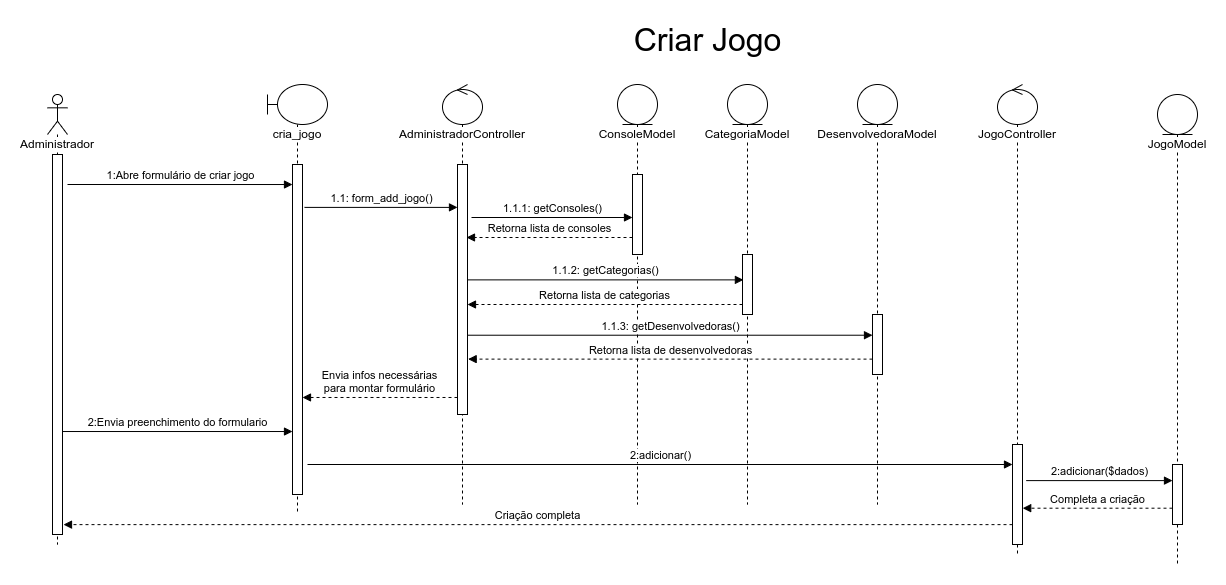
This is docs/Diagramas/Diagrama-Sequência/Sequencia-Jogo Criar.drawio.png from joaopaulo7/GCC188-Projeto-Final, a draw.io export, as it was before one commit. Source tidied: cells renumbered, new cells last; positions are measured from the earlier drawing's top-left corner, leaving out a move shared by most shapes. The source it was exported from:
```xml
<mxGraphModel>
  <root>
    <mxCell id="0" />
    <mxCell id="1" parent="0" />
    <mxCell id="2" value="&lt;span style=&quot;background-color: rgb(255 , 255 , 255)&quot;&gt;Administrador&lt;/span&gt;" style="shape=umlLifeline;participant=umlActor;perimeter=lifelinePerimeter;whiteSpace=wrap;html=1;verticalAlign=top;spacingTop=36;" parent="1" vertex="1">
      <mxGeometry y="70" width="20" height="450" as="geometry" />
    </mxCell>
    <mxCell id="3" style="html=1;points=[];perimeter=orthogonalPerimeter;fillColor=default;" parent="2" vertex="1">
      <mxGeometry x="5" y="60" width="10" height="380" as="geometry" />
    </mxCell>
    <mxCell id="4" value="&lt;span style=&quot;background-color: rgb(255 , 255 , 255)&quot;&gt;cria_jogo&lt;/span&gt;" style="shape=umlLifeline;participant=umlBoundary;perimeter=lifelinePerimeter;whiteSpace=wrap;html=1;verticalAlign=top;spacingTop=36;" parent="1" vertex="1">
      <mxGeometry x="220" y="60" width="60" height="430" as="geometry" />
    </mxCell>
    <mxCell id="5" style="html=1;points=[];perimeter=orthogonalPerimeter;fillColor=default;" parent="4" vertex="1">
      <mxGeometry x="25" y="80" width="10" height="330" as="geometry" />
    </mxCell>
    <mxCell id="6" value="&lt;span style=&quot;background-color: rgb(255 , 255 , 255)&quot;&gt;AdministradorController&lt;/span&gt;" style="shape=umlLifeline;participant=umlControl;perimeter=lifelinePerimeter;whiteSpace=wrap;html=1;verticalAlign=top;spacingTop=36;fillColor=default;" parent="1" vertex="1">
      <mxGeometry x="395" y="60" width="40" height="420" as="geometry" />
    </mxCell>
    <mxCell id="7" style="html=1;points=[];perimeter=orthogonalPerimeter;labelBackgroundColor=#FFFFFF;fillColor=default;" parent="6" vertex="1">
      <mxGeometry x="15" y="80" width="10" height="250" as="geometry" />
    </mxCell>
    <mxCell id="8" value="2:Envia preenchimento do formulario" style="html=1;verticalAlign=bottom;endArrow=block;rounded=0;exitX=0.952;exitY=0.729;exitDx=0;exitDy=0;exitPerimeter=0;" parent="1" edge="1" source="3" target="5">
      <mxGeometry relative="1" as="geometry" />
    </mxCell>
    <mxCell id="9" value="ConsoleModel" style="shape=umlLifeline;participant=umlEntity;perimeter=lifelinePerimeter;whiteSpace=wrap;html=1;verticalAlign=top;spacingTop=36;labelBackgroundColor=#FFFFFF;fillColor=default;" parent="1" vertex="1">
      <mxGeometry x="570" y="60" width="40" height="420" as="geometry" />
    </mxCell>
    <mxCell id="10" style="html=1;points=[];perimeter=orthogonalPerimeter;labelBackgroundColor=#FFFFFF;fillColor=default;" parent="9" vertex="1">
      <mxGeometry x="15" y="90" width="10" height="80" as="geometry" />
    </mxCell>
    <mxCell id="11" value="1.1.1: getConsoles()" style="html=1;verticalAlign=bottom;endArrow=block;rounded=0;exitX=1.4;exitY=0.212;exitDx=0;exitDy=0;exitPerimeter=0;" parent="1" edge="1" source="7" target="10">
      <mxGeometry relative="1" as="geometry" />
    </mxCell>
    <mxCell id="12" value="Retorna lista de consoles" style="html=1;verticalAlign=bottom;endArrow=block;rounded=0;dashed=1;entryX=0.9;entryY=0.292;entryDx=0;entryDy=0;entryPerimeter=0;" parent="1" edge="1" source="10" target="7">
      <mxGeometry relative="1" as="geometry" />
    </mxCell>
    <mxCell id="13" value="&lt;font style=&quot;font-size: 32px&quot;&gt;Criar Jogo&lt;/font&gt;" style="text;html=1;align=center;verticalAlign=middle;strokeColor=none;fillColor=none;" parent="1" vertex="1">
      <mxGeometry x="580" width="160" height="30" as="geometry" />
    </mxCell>
    <mxCell id="14" value="1:Abre formulário de criar jogo" style="html=1;verticalAlign=bottom;endArrow=block;rounded=0;exitX=1;exitY=0.454;exitDx=0;exitDy=0;exitPerimeter=0;" parent="1" edge="1">
      <mxGeometry relative="1" as="geometry">
        <mxPoint x="20" y="160" as="sourcePoint" />
        <mxPoint x="245" y="160" as="targetPoint" />
      </mxGeometry>
    </mxCell>
    <mxCell id="15" value="1.1: form_add_jogo()" style="html=1;verticalAlign=bottom;endArrow=block;rounded=0;exitX=1.2;exitY=0.13;exitDx=0;exitDy=0;exitPerimeter=0;" parent="1" edge="1" source="5" target="7">
      <mxGeometry relative="1" as="geometry" />
    </mxCell>
    <mxCell id="16" value="Envia infos necessárias&lt;br&gt;para montar formulário" style="html=1;verticalAlign=bottom;endArrow=block;rounded=0;dashed=1;entryX=1;entryY=0.706;entryDx=0;entryDy=0;entryPerimeter=0;" parent="1" edge="1" source="7" target="5">
      <mxGeometry relative="1" as="geometry" />
    </mxCell>
    <mxCell id="17" value="CategoriaModel" style="shape=umlLifeline;participant=umlEntity;perimeter=lifelinePerimeter;whiteSpace=wrap;html=1;verticalAlign=top;spacingTop=36;labelBackgroundColor=#FFFFFF;fillColor=default;" parent="1" vertex="1">
      <mxGeometry x="680" y="60" width="40" height="420" as="geometry" />
    </mxCell>
    <mxCell id="18" style="html=1;points=[];perimeter=orthogonalPerimeter;labelBackgroundColor=#FFFFFF;fillColor=default;" parent="17" vertex="1">
      <mxGeometry x="15" y="170" width="10" height="60" as="geometry" />
    </mxCell>
    <mxCell id="19" value="DesenvolvedoraModel" style="shape=umlLifeline;participant=umlEntity;perimeter=lifelinePerimeter;whiteSpace=wrap;html=1;verticalAlign=top;spacingTop=36;labelBackgroundColor=#FFFFFF;fillColor=default;" parent="1" vertex="1">
      <mxGeometry x="810" y="60" width="40" height="420" as="geometry" />
    </mxCell>
    <mxCell id="20" style="html=1;points=[];perimeter=orthogonalPerimeter;labelBackgroundColor=#FFFFFF;fillColor=default;" parent="19" vertex="1">
      <mxGeometry x="15" y="230" width="10" height="60" as="geometry" />
    </mxCell>
    <mxCell id="21" value="1.1.2: getCategorias()" style="html=1;verticalAlign=bottom;endArrow=block;rounded=0;entryX=0.09;entryY=0.423;entryDx=0;entryDy=0;entryPerimeter=0;" parent="1" edge="1" source="7" target="18">
      <mxGeometry relative="1" as="geometry" />
    </mxCell>
    <mxCell id="22" value="Retorna lista de categorias" style="html=1;verticalAlign=bottom;endArrow=block;rounded=0;dashed=1;entryX=1.2;entryY=0.26;entryDx=0;entryDy=0;entryPerimeter=0;" parent="1" edge="1" source="18">
      <mxGeometry relative="1" as="geometry">
        <mxPoint x="420" y="280" as="targetPoint" />
      </mxGeometry>
    </mxCell>
    <mxCell id="23" value="1.1.3: getDesenvolvedoras()" style="html=1;verticalAlign=bottom;endArrow=block;rounded=0;exitX=0.934;exitY=0.387;exitDx=0;exitDy=0;exitPerimeter=0;" parent="1" edge="1" target="20">
      <mxGeometry relative="1" as="geometry">
        <mxPoint x="420" y="310.7" as="sourcePoint" />
      </mxGeometry>
    </mxCell>
    <mxCell id="24" value="Retorna lista de desenvolvedoras" style="html=1;verticalAlign=bottom;endArrow=block;rounded=0;dashed=1;entryX=1.2;entryY=0.26;entryDx=0;entryDy=0;entryPerimeter=0;" parent="1" edge="1" source="20">
      <mxGeometry relative="1" as="geometry">
        <mxPoint x="420.7" y="334.6" as="targetPoint" />
      </mxGeometry>
    </mxCell>
    <mxCell id="25" value="JogoModel" style="shape=umlLifeline;participant=umlEntity;perimeter=lifelinePerimeter;whiteSpace=wrap;html=1;verticalAlign=top;spacingTop=36;labelBackgroundColor=#FFFFFF;fillColor=default;" parent="1" vertex="1">
      <mxGeometry x="1110" y="70" width="40" height="470" as="geometry" />
    </mxCell>
    <mxCell id="26" style="html=1;points=[];perimeter=orthogonalPerimeter;labelBackgroundColor=#FFFFFF;fillColor=default;" parent="25" vertex="1">
      <mxGeometry x="15" y="370" width="10" height="60" as="geometry" />
    </mxCell>
    <mxCell id="27" value="2:adicionar()" style="html=1;verticalAlign=bottom;endArrow=block;rounded=0;" parent="1" edge="1" target="29">
      <mxGeometry relative="1" as="geometry">
        <mxPoint x="260" y="440" as="sourcePoint" />
      </mxGeometry>
    </mxCell>
    <mxCell id="28" value="&lt;span style=&quot;background-color: rgb(255 , 255 , 255)&quot;&gt;JogoController&lt;/span&gt;" style="shape=umlLifeline;participant=umlControl;perimeter=lifelinePerimeter;whiteSpace=wrap;html=1;verticalAlign=top;spacingTop=36;fillColor=default;" parent="1" vertex="1">
      <mxGeometry x="950" y="60" width="40" height="470" as="geometry" />
    </mxCell>
    <mxCell id="29" style="html=1;points=[];perimeter=orthogonalPerimeter;labelBackgroundColor=#FFFFFF;fontSize=12;fillColor=default;" parent="28" vertex="1">
      <mxGeometry x="15" y="360" width="10" height="100" as="geometry" />
    </mxCell>
    <mxCell id="30" value="2:adicionar($dados)" style="html=1;verticalAlign=bottom;endArrow=block;rounded=0;exitX=1.366;exitY=0.361;exitDx=0;exitDy=0;exitPerimeter=0;" parent="1" edge="1" source="29" target="26">
      <mxGeometry relative="1" as="geometry" />
    </mxCell>
    <mxCell id="31" value="Completa a criação" style="html=1;verticalAlign=bottom;endArrow=block;rounded=0;dashed=1;entryX=1.021;entryY=0.637;entryDx=0;entryDy=0;entryPerimeter=0;" parent="1" edge="1" source="26" target="29">
      <mxGeometry relative="1" as="geometry" />
    </mxCell>
    <mxCell id="32" value="Criação completa" style="html=1;verticalAlign=bottom;endArrow=block;rounded=0;dashed=1;entryX=1.1;entryY=0.974;entryDx=0;entryDy=0;entryPerimeter=0;" parent="1" edge="1" source="29" target="3">
      <mxGeometry relative="1" as="geometry" />
    </mxCell>
  </root>
</mxGraphModel>
```
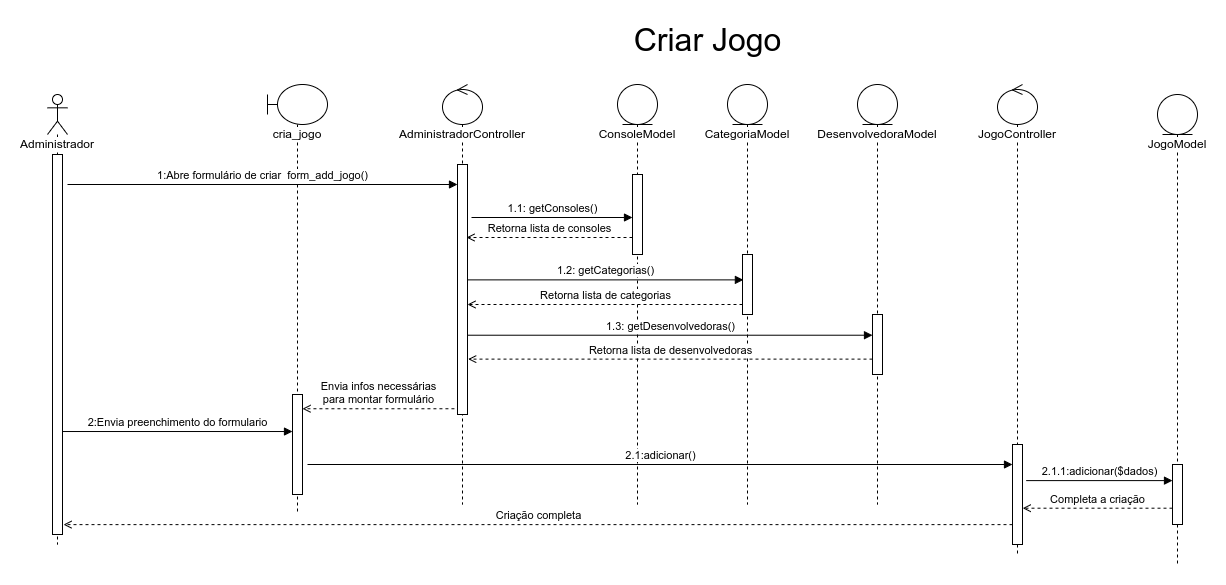
The same file after the commit.

What changed in the source:
```diff
@@ -12,7 +12,7 @@
       <mxGeometry x="220" y="60" width="60" height="430" as="geometry" />
     </mxCell>
     <mxCell id="5" style="html=1;points=[];perimeter=orthogonalPerimeter;fillColor=default;" parent="4" vertex="1">
-      <mxGeometry x="25" y="80" width="10" height="330" as="geometry" />
+      <mxGeometry x="25" y="310" width="10" height="100" as="geometry" />
     </mxCell>
     <mxCell id="6" value="&lt;span style=&quot;background-color: rgb(255 , 255 , 255)&quot;&gt;AdministradorController&lt;/span&gt;" style="shape=umlLifeline;participant=umlControl;perimeter=lifelinePerimeter;whiteSpace=wrap;html=1;verticalAlign=top;spacingTop=36;fillColor=default;" parent="1" vertex="1">
       <mxGeometry x="395" y="60" width="40" height="420" as="geometry" />
@@ -29,25 +29,21 @@
     <mxCell id="10" style="html=1;points=[];perimeter=orthogonalPerimeter;labelBackgroundColor=#FFFFFF;fillColor=default;" parent="9" vertex="1">
       <mxGeometry x="15" y="90" width="10" height="80" as="geometry" />
     </mxCell>
-    <mxCell id="11" value="1.1.1: getConsoles()" style="html=1;verticalAlign=bottom;endArrow=block;rounded=0;exitX=1.4;exitY=0.212;exitDx=0;exitDy=0;exitPerimeter=0;" parent="1" edge="1" source="7" target="10">
+    <mxCell id="11" value="1.1: getConsoles()" style="html=1;verticalAlign=bottom;endArrow=block;rounded=0;exitX=1.4;exitY=0.212;exitDx=0;exitDy=0;exitPerimeter=0;" parent="1" edge="1" source="7" target="10">
       <mxGeometry relative="1" as="geometry" />
     </mxCell>
-    <mxCell id="12" value="Retorna lista de consoles" style="html=1;verticalAlign=bottom;endArrow=block;rounded=0;dashed=1;entryX=0.9;entryY=0.292;entryDx=0;entryDy=0;entryPerimeter=0;" parent="1" edge="1" source="10" target="7">
+    <mxCell id="12" value="Retorna lista de consoles" style="html=1;verticalAlign=bottom;endArrow=open;rounded=0;dashed=1;entryX=0.9;entryY=0.292;entryDx=0;entryDy=0;entryPerimeter=0;endFill=0;" parent="1" edge="1" source="10" target="7">
       <mxGeometry relative="1" as="geometry" />
     </mxCell>
     <mxCell id="13" value="&lt;font style=&quot;font-size: 32px&quot;&gt;Criar Jogo&lt;/font&gt;" style="text;html=1;align=center;verticalAlign=middle;strokeColor=none;fillColor=none;" parent="1" vertex="1">
       <mxGeometry x="580" width="160" height="30" as="geometry" />
     </mxCell>
-    <mxCell id="14" value="1:Abre formulário de criar jogo" style="html=1;verticalAlign=bottom;endArrow=block;rounded=0;exitX=1;exitY=0.454;exitDx=0;exitDy=0;exitPerimeter=0;" parent="1" edge="1">
+    <mxCell id="14" value="1:Abre formulário de criar&amp;nbsp; form_add_jogo()" style="html=1;verticalAlign=bottom;endArrow=block;rounded=0;exitX=1;exitY=0.454;exitDx=0;exitDy=0;exitPerimeter=0;" parent="1" edge="1" target="7">
       <mxGeometry relative="1" as="geometry">
         <mxPoint x="20" y="160" as="sourcePoint" />
-        <mxPoint x="245" y="160" as="targetPoint" />
       </mxGeometry>
     </mxCell>
-    <mxCell id="15" value="1.1: form_add_jogo()" style="html=1;verticalAlign=bottom;endArrow=block;rounded=0;exitX=1.2;exitY=0.13;exitDx=0;exitDy=0;exitPerimeter=0;" parent="1" edge="1" source="5" target="7">
-      <mxGeometry relative="1" as="geometry" />
-    </mxCell>
-    <mxCell id="16" value="Envia infos necessárias&lt;br&gt;para montar formulário" style="html=1;verticalAlign=bottom;endArrow=block;rounded=0;dashed=1;entryX=1;entryY=0.706;entryDx=0;entryDy=0;entryPerimeter=0;" parent="1" edge="1" source="7" target="5">
+    <mxCell id="16" value="Envia infos necessárias&lt;br&gt;para montar formulário" style="html=1;verticalAlign=bottom;endArrow=open;rounded=0;dashed=1;endFill=0;exitX=-0.307;exitY=0.977;exitDx=0;exitDy=0;exitPerimeter=0;" parent="1" edge="1" source="7" target="5">
       <mxGeometry relative="1" as="geometry" />
     </mxCell>
     <mxCell id="17" value="CategoriaModel" style="shape=umlLifeline;participant=umlEntity;perimeter=lifelinePerimeter;whiteSpace=wrap;html=1;verticalAlign=top;spacingTop=36;labelBackgroundColor=#FFFFFF;fillColor=default;" parent="1" vertex="1">
@@ -62,20 +58,20 @@
     <mxCell id="20" style="html=1;points=[];perimeter=orthogonalPerimeter;labelBackgroundColor=#FFFFFF;fillColor=default;" parent="19" vertex="1">
       <mxGeometry x="15" y="230" width="10" height="60" as="geometry" />
     </mxCell>
-    <mxCell id="21" value="1.1.2: getCategorias()" style="html=1;verticalAlign=bottom;endArrow=block;rounded=0;entryX=0.09;entryY=0.423;entryDx=0;entryDy=0;entryPerimeter=0;" parent="1" edge="1" source="7" target="18">
+    <mxCell id="21" value="1.2: getCategorias()" style="html=1;verticalAlign=bottom;endArrow=block;rounded=0;entryX=0.09;entryY=0.423;entryDx=0;entryDy=0;entryPerimeter=0;" parent="1" edge="1" source="7" target="18">
       <mxGeometry relative="1" as="geometry" />
     </mxCell>
-    <mxCell id="22" value="Retorna lista de categorias" style="html=1;verticalAlign=bottom;endArrow=block;rounded=0;dashed=1;entryX=1.2;entryY=0.26;entryDx=0;entryDy=0;entryPerimeter=0;" parent="1" edge="1" source="18">
+    <mxCell id="22" value="Retorna lista de categorias" style="html=1;verticalAlign=bottom;endArrow=open;rounded=0;dashed=1;entryX=1.2;entryY=0.26;entryDx=0;entryDy=0;entryPerimeter=0;endFill=0;" parent="1" edge="1" source="18">
       <mxGeometry relative="1" as="geometry">
         <mxPoint x="420" y="280" as="targetPoint" />
       </mxGeometry>
     </mxCell>
-    <mxCell id="23" value="1.1.3: getDesenvolvedoras()" style="html=1;verticalAlign=bottom;endArrow=block;rounded=0;exitX=0.934;exitY=0.387;exitDx=0;exitDy=0;exitPerimeter=0;" parent="1" edge="1" target="20">
+    <mxCell id="23" value="1.3: getDesenvolvedoras()" style="html=1;verticalAlign=bottom;endArrow=block;rounded=0;exitX=0.934;exitY=0.387;exitDx=0;exitDy=0;exitPerimeter=0;" parent="1" edge="1" target="20">
       <mxGeometry relative="1" as="geometry">
         <mxPoint x="420" y="310.7" as="sourcePoint" />
       </mxGeometry>
     </mxCell>
-    <mxCell id="24" value="Retorna lista de desenvolvedoras" style="html=1;verticalAlign=bottom;endArrow=block;rounded=0;dashed=1;entryX=1.2;entryY=0.26;entryDx=0;entryDy=0;entryPerimeter=0;" parent="1" edge="1" source="20">
+    <mxCell id="24" value="Retorna lista de desenvolvedoras" style="html=1;verticalAlign=bottom;endArrow=open;rounded=0;dashed=1;entryX=1.2;entryY=0.26;entryDx=0;entryDy=0;entryPerimeter=0;endFill=0;" parent="1" edge="1" source="20">
       <mxGeometry relative="1" as="geometry">
         <mxPoint x="420.7" y="334.6" as="targetPoint" />
       </mxGeometry>
@@ -86,7 +82,7 @@
     <mxCell id="26" style="html=1;points=[];perimeter=orthogonalPerimeter;labelBackgroundColor=#FFFFFF;fillColor=default;" parent="25" vertex="1">
       <mxGeometry x="15" y="370" width="10" height="60" as="geometry" />
     </mxCell>
-    <mxCell id="27" value="2:adicionar()" style="html=1;verticalAlign=bottom;endArrow=block;rounded=0;" parent="1" edge="1" target="29">
+    <mxCell id="27" value="2.1:adicionar()" style="html=1;verticalAlign=bottom;endArrow=block;rounded=0;" parent="1" edge="1" target="29">
       <mxGeometry relative="1" as="geometry">
         <mxPoint x="260" y="440" as="sourcePoint" />
       </mxGeometry>
@@ -97,13 +93,13 @@
     <mxCell id="29" style="html=1;points=[];perimeter=orthogonalPerimeter;labelBackgroundColor=#FFFFFF;fontSize=12;fillColor=default;" parent="28" vertex="1">
       <mxGeometry x="15" y="360" width="10" height="100" as="geometry" />
     </mxCell>
-    <mxCell id="30" value="2:adicionar($dados)" style="html=1;verticalAlign=bottom;endArrow=block;rounded=0;exitX=1.366;exitY=0.361;exitDx=0;exitDy=0;exitPerimeter=0;" parent="1" edge="1" source="29" target="26">
+    <mxCell id="30" value="2.1.1:adicionar($dados)" style="html=1;verticalAlign=bottom;endArrow=block;rounded=0;exitX=1.366;exitY=0.361;exitDx=0;exitDy=0;exitPerimeter=0;" parent="1" edge="1" source="29" target="26">
       <mxGeometry relative="1" as="geometry" />
     </mxCell>
-    <mxCell id="31" value="Completa a criação" style="html=1;verticalAlign=bottom;endArrow=block;rounded=0;dashed=1;entryX=1.021;entryY=0.637;entryDx=0;entryDy=0;entryPerimeter=0;" parent="1" edge="1" source="26" target="29">
+    <mxCell id="31" value="Completa a criação" style="html=1;verticalAlign=bottom;endArrow=open;rounded=0;dashed=1;entryX=1.021;entryY=0.637;entryDx=0;entryDy=0;entryPerimeter=0;endFill=0;" parent="1" edge="1" source="26" target="29">
       <mxGeometry relative="1" as="geometry" />
     </mxCell>
-    <mxCell id="32" value="Criação completa" style="html=1;verticalAlign=bottom;endArrow=block;rounded=0;dashed=1;entryX=1.1;entryY=0.974;entryDx=0;entryDy=0;entryPerimeter=0;" parent="1" edge="1" source="29" target="3">
+    <mxCell id="32" value="Criação completa" style="html=1;verticalAlign=bottom;endArrow=open;rounded=0;dashed=1;entryX=1.1;entryY=0.974;entryDx=0;entryDy=0;entryPerimeter=0;endFill=0;" parent="1" edge="1" source="29" target="3">
       <mxGeometry relative="1" as="geometry" />
     </mxCell>
   </root>
```
